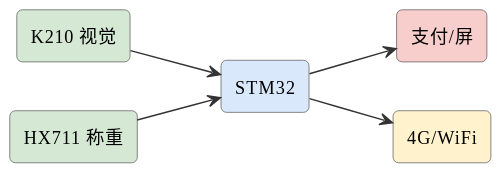
The PlantUML diagram assets/diagrams/ideas-fig78.svg in mingyi0818/IntelligentMcuCourse, before a commit.
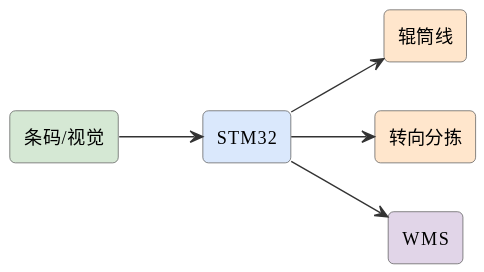
After the commit.

What changed in the source:
```diff
@@ -6,13 +6,13 @@
 skinparam arrowFontSize 11
 skinparam arrowColor #333
 left to right direction
-rectangle "K210 视觉" as cam #d5e8d4
-rectangle "HX711 称重" as hx #d5e8d4
+rectangle "条码/视觉" as cam #d5e8d4
 rectangle "STM32" as stm #dae8fc
-rectangle "支付/屏" as pay #f8cecc
-rectangle "4G/WiFi" as net #fff2cc
+rectangle "辊筒线" as conv #ffe6cc
+rectangle "转向分拣" as sort #ffe6cc
+rectangle "WMS" as wms #e1d5e8
 cam --> stm
-hx --> stm
-stm --> pay
-stm --> net
+stm --> conv
+stm --> sort
+stm --> wms
 @enduml
```
